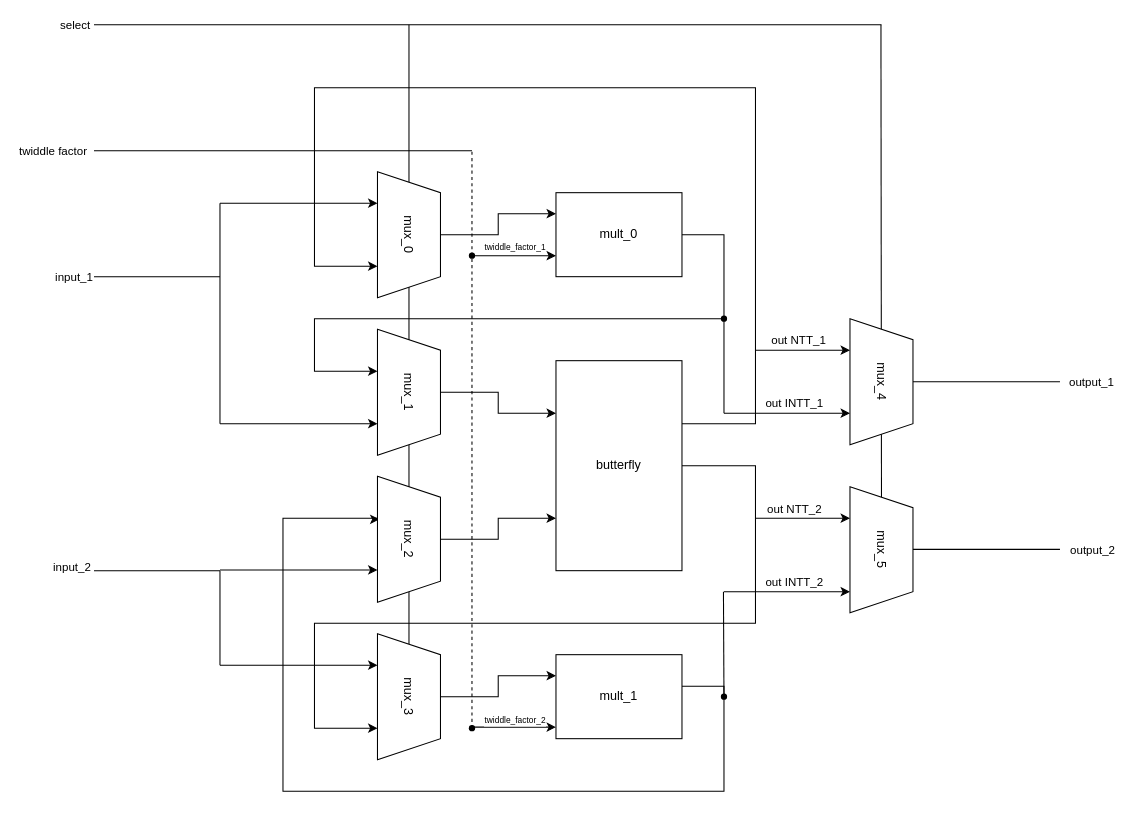
This is diagram/adder.drawio from Teffandi/NTT-Hardware, a draw.io file, before an edit. Source tidied: cells renumbered, new cells numbered last; positions are measured from the earlier drawing's top-left corner, leaving out a move shared by most shapes. Both pictures are drawn from the tidied source at 105%, with x=0, y=0 at pixel (72, 24).
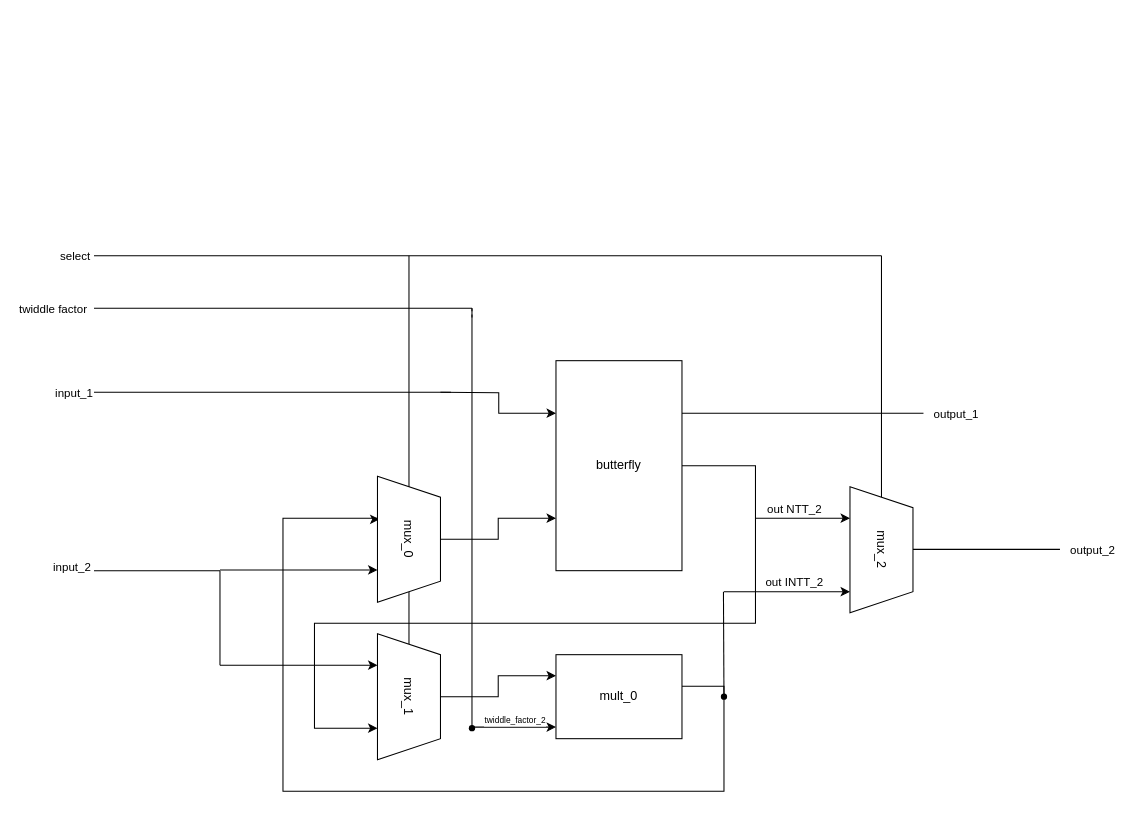
The same page after the edit.

Commit message (it also covers changes not shown here):
rehaul core structure

The change refers to these unchanged cells:
```xml
<mxCell id="9" value="butterfly" style="whiteSpace=wrap;html=1;" parent="1" vertex="1">
  <mxGeometry x="460" y="320" width="120" height="200" as="geometry" />
</mxCell>
<mxCell id="22" style="shape=waypoint;sketch=0;fillStyle=solid;size=6;points=[];fillColor=none;perimeter=centerPerimeter;snapToPoint=1;" parent="1" vertex="1">
  <mxGeometry x="370" y="660" width="20" height="20" as="geometry" />
</mxCell>
```

The edit, as a diff of the source:
```diff
@@
     <mxCell id="2" style="endArrow=none;html=1;rounded=0;exitX=0;exitY=0.5;exitDx=0;exitDy=0;" parent="1" edge="1" source="39">
       <mxGeometry relative="1" as="geometry">
-        <mxPoint x="769.5" as="targetPoint" />
+        <mxPoint x="770" y="220" as="targetPoint" />
       </mxGeometry>
     </mxCell>
     <mxCell id="3" style="endArrow=none;html=1;rounded=0;" parent="1" edge="1" source="17">
       <mxGeometry relative="1" as="geometry">
-        <mxPoint x="320" as="targetPoint" />
+        <mxPoint x="320" y="220" as="targetPoint" />
       </mxGeometry>
     </mxCell>
-    <mxCell id="4" value="mult_0" style="whiteSpace=wrap;html=1;" parent="1" vertex="1">
-      <mxGeometry x="460" y="160" width="120" height="80" as="geometry" />
-    </mxCell>
@@
-    <mxCell id="6" value="mult_1" style="whiteSpace=wrap;html=1;" parent="1" vertex="1">
+    <mxCell id="6" value="mult_0" style="whiteSpace=wrap;html=1;" parent="1" vertex="1">
       <mxGeometry x="460" y="600" width="120" height="80" as="geometry" />
     </mxCell>
-    <mxCell id="7" style="edgeStyle=orthogonalEdgeStyle;rounded=0;jettySize=auto;html=1;entryX=0.75;entryY=1;entryDx=0;entryDy=0;" parent="1" edge="1" source="9" target="11">
-      <mxGeometry relative="1" as="geometry">
-        <Array as="points">
-          <mxPoint x="650" y="380" />
-          <mxPoint x="650" y="60" />
-          <mxPoint x="230" y="60" />
-          <mxPoint x="230" y="230" />
-        </Array>
-      </mxGeometry>
-    </mxCell>
@@
-    <mxCell id="10" style="edgeStyle=orthogonalEdgeStyle;rounded=0;jettySize=auto;html=1;entryX=0;entryY=0.25;entryDx=0;entryDy=0;" parent="1" edge="1" source="11" target="4">
-      <mxGeometry relative="1" as="geometry" />
-    </mxCell>
-    <mxCell id="11" value="mux_0" style="shape=trapezoid;perimeter=trapezoidPerimeter;whiteSpace=wrap;html=1;fixedSize=1;rotation=90;" parent="1" vertex="1">
-      <mxGeometry x="260" y="170" width="120" height="60" as="geometry" />
-    </mxCell>
-    <mxCell id="12" style="edgeStyle=orthogonalEdgeStyle;rounded=0;jettySize=auto;html=1;entryX=0;entryY=0.25;entryDx=0;entryDy=0;" parent="1" edge="1" source="13" target="9">
-      <mxGeometry relative="1" as="geometry" />
+    <mxCell id="12" style="edgeStyle=orthogonalEdgeStyle;rounded=0;jettySize=auto;html=1;entryX=0;entryY=0.25;entryDx=0;entryDy=0;" parent="1" edge="1" target="9">
+      <mxGeometry relative="1" as="geometry">
+        <mxPoint x="350" y="350" as="sourcePoint" />
+      </mxGeometry>
     </mxCell>
-    <mxCell id="13" value="mux_1" style="shape=trapezoid;perimeter=trapezoidPerimeter;whiteSpace=wrap;html=1;fixedSize=1;rotation=90;" parent="1" vertex="1">
-      <mxGeometry x="260" y="320" width="120" height="60" as="geometry" />
-    </mxCell>
@@
-    <mxCell id="15" value="mux_2" style="shape=trapezoid;perimeter=trapezoidPerimeter;whiteSpace=wrap;html=1;fixedSize=1;rotation=90;" parent="1" vertex="1">
+    <mxCell id="15" value="mux_0" style="shape=trapezoid;perimeter=trapezoidPerimeter;whiteSpace=wrap;html=1;fixedSize=1;rotation=90;" parent="1" vertex="1">
       <mxGeometry x="260" y="460" width="120" height="60" as="geometry" />
     </mxCell>
@@
-    <mxCell id="17" value="mux_3" style="shape=trapezoid;perimeter=trapezoidPerimeter;whiteSpace=wrap;html=1;fixedSize=1;rotation=90;" parent="1" vertex="1">
+    <mxCell id="17" value="mux_1" style="shape=trapezoid;perimeter=trapezoidPerimeter;whiteSpace=wrap;html=1;fixedSize=1;rotation=90;" parent="1" vertex="1">
       <mxGeometry x="260" y="610" width="120" height="60" as="geometry" />
     </mxCell>
-    <mxCell id="18" style="edgeStyle=none;orthogonalLoop=1;jettySize=auto;html=1;rounded=0;" parent="1" edge="1">
-      <mxGeometry relative="1" as="geometry">
-        <mxPoint x="380" y="220" as="sourcePoint" />
-        <mxPoint x="460" y="220" as="targetPoint" />
-      </mxGeometry>
-    </mxCell>
@@
-    <mxCell id="20" style="endArrow=none;html=1;rounded=0;dashed=1;" parent="1" edge="1" source="24">
+    <mxCell id="20" style="endArrow=none;html=1;rounded=0;dashed=1;" parent="1" edge="1">
       <mxGeometry relative="1" as="geometry">
-        <mxPoint x="380" y="120" as="targetPoint" />
+        <mxPoint x="380" y="270" as="sourcePoint" />
+        <mxPoint x="380" y="280" as="targetPoint" />
       </mxGeometry>
     </mxCell>
@@
-    <mxCell id="23" style="endArrow=none;html=1;rounded=0;dashed=1;" parent="1" edge="1" source="22" target="24">
-      <mxGeometry relative="1" as="geometry" />
+    <mxCell id="23" style="endArrow=none;html=1;rounded=0;" parent="1" edge="1" source="22">
+      <mxGeometry relative="1" as="geometry">
+        <mxPoint x="380" y="270" as="targetPoint" />
+      </mxGeometry>
     </mxCell>
-    <mxCell id="24" style="shape=waypoint;sketch=0;fillStyle=solid;size=6;points=[];fillColor=none;perimeter=centerPerimeter;snapToPoint=1;" parent="1" vertex="1">
-      <mxGeometry x="370" y="210" width="20" height="20" as="geometry" />
-    </mxCell>
-    <mxCell id="25" style="endArrow=classic;html=1;rounded=0;" parent="1" edge="1">
-      <mxGeometry relative="1" as="geometry">
-        <mxPoint x="140" y="170" as="sourcePoint" />
-        <mxPoint x="290" y="170" as="targetPoint" />
-      </mxGeometry>
-    </mxCell>
-    <mxCell id="26" style="endArrow=classic;html=1;rounded=0;" parent="1" edge="1">
-      <mxGeometry relative="1" as="geometry">
-        <mxPoint x="140" y="380.1" as="sourcePoint" />
-        <mxPoint x="290" y="380" as="targetPoint" />
-      </mxGeometry>
-    </mxCell>
@@
-    <mxCell id="29" style="edgeStyle=orthogonalEdgeStyle;rounded=0;jettySize=auto;html=1;" parent="1" edge="1" source="4">
-      <mxGeometry relative="1" as="geometry">
-        <mxPoint x="290" y="330" as="targetPoint" />
-        <Array as="points">
-          <mxPoint x="620" y="200" />
-          <mxPoint x="620" y="280" />
-          <mxPoint x="230" y="280" />
-          <mxPoint x="230" y="330" />
-          <mxPoint x="290" y="330" />
-        </Array>
-      </mxGeometry>
-    </mxCell>
-    <mxCell id="30" style="endArrow=none;html=1;rounded=0;" parent="1" edge="1">
-      <mxGeometry relative="1" as="geometry">
-        <mxPoint x="140" y="380" as="sourcePoint" />
-        <mxPoint x="140" y="170" as="targetPoint" />
-      </mxGeometry>
-    </mxCell>
@@
     <mxCell id="33" style="endArrow=none;html=1;rounded=0;" parent="1" edge="1">
       <mxGeometry relative="1" as="geometry">
-        <mxPoint x="20" y="240" as="sourcePoint" />
-        <mxPoint x="140" y="240" as="targetPoint" />
+        <mxPoint x="20" y="350" as="sourcePoint" />
+        <mxPoint x="360" y="350" as="targetPoint" />
       </mxGeometry>
     </mxCell>
     <mxCell id="34" style="endArrow=none;html=1;rounded=0;" parent="1" edge="1">
       <mxGeometry relative="1" as="geometry">
-        <mxPoint x="20" y="120" as="sourcePoint" />
-        <mxPoint x="380" y="120" as="targetPoint" />
+        <mxPoint x="20" y="270" as="sourcePoint" />
+        <mxPoint x="380" y="270" as="targetPoint" />
       </mxGeometry>
     </mxCell>
-    <mxCell id="35" value="&lt;font style=&quot;font-size: 8px;&quot;&gt;twiddle_factor_1&lt;/font&gt;" style="edgeLabel;html=1;align=center;verticalAlign=middle;" parent="34" vertex="1">
-      <mxGeometry x="-0.89" y="-1" relative="1" as="geometry">
-        <mxPoint x="380" y="89" as="offset" />
-      </mxGeometry>
-    </mxCell>
@@
-    <mxCell id="38" value="mux_4" style="shape=trapezoid;perimeter=trapezoidPerimeter;whiteSpace=wrap;html=1;fixedSize=1;rotation=90;" parent="1" vertex="1">
-      <mxGeometry x="710" y="310" width="120" height="60" as="geometry" />
-    </mxCell>
-    <mxCell id="39" value="mux_5" style="shape=trapezoid;perimeter=trapezoidPerimeter;whiteSpace=wrap;html=1;fixedSize=1;rotation=90;" parent="1" vertex="1">
+    <mxCell id="39" value="mux_2" style="shape=trapezoid;perimeter=trapezoidPerimeter;whiteSpace=wrap;html=1;fixedSize=1;rotation=90;" parent="1" vertex="1">
       <mxGeometry x="710" y="470" width="120" height="60" as="geometry" />
     </mxCell>
-    <mxCell id="40" style="endArrow=classic;html=1;rounded=0;entryX=0.25;entryY=1;entryDx=0;entryDy=0;" parent="1" edge="1" target="38">
-      <mxGeometry relative="1" as="geometry">
-        <mxPoint x="650" y="310" as="sourcePoint" />
-        <Array as="points">
-          <mxPoint x="710" y="310" />
-        </Array>
-      </mxGeometry>
-    </mxCell>
-    <mxCell id="41" value="out NTT_1" style="edgeLabel;html=1;align=center;verticalAlign=middle;" parent="40" vertex="1">
-      <mxGeometry x="-0.43" y="3" relative="1" as="geometry">
-        <mxPoint x="14" y="-7" as="offset" />
-      </mxGeometry>
-    </mxCell>
@@
     <mxCell id="44" value="input_1" style="edgeLabel;html=1;align=center;verticalAlign=middle;" parent="1" vertex="1">
-      <mxGeometry y="240" as="geometry" />
+      <mxGeometry y="350" as="geometry" />
     </mxCell>
@@
-    <mxCell id="46" style="endArrow=classic;html=1;rounded=0;entryX=0.75;entryY=1;entryDx=0;entryDy=0;" parent="1" edge="1" target="38">
-      <mxGeometry relative="1" as="geometry">
-        <mxPoint x="620" y="370" as="sourcePoint" />
-      </mxGeometry>
-    </mxCell>
-    <mxCell id="47" style="endArrow=none;html=1;rounded=0;" parent="1" edge="1" source="49">
+    <mxCell id="47" style="endArrow=none;html=1;rounded=0;" parent="1" edge="1">
       <mxGeometry relative="1" as="geometry">
+        <mxPoint x="620" y="280" as="sourcePoint" />
         <mxPoint x="620" y="280" as="targetPoint" />
       </mxGeometry>
     </mxCell>
-    <mxCell id="48" style="endArrow=none;html=1;rounded=0;" parent="1" edge="1" target="49">
-      <mxGeometry relative="1" as="geometry">
-        <mxPoint x="620" y="370" as="sourcePoint" />
-      </mxGeometry>
-    </mxCell>
-    <mxCell id="49" style="shape=waypoint;sketch=0;fillStyle=solid;size=6;points=[];fillColor=none;perimeter=centerPerimeter;snapToPoint=1;" parent="1" vertex="1">
-      <mxGeometry x="610" y="270" width="20" height="20" as="geometry" />
-    </mxCell>
@@
     <mxCell id="54" style="endArrow=none;html=1;rounded=0;" parent="1" edge="1">
       <mxGeometry relative="1" as="geometry">
-        <mxPoint x="20" as="sourcePoint" />
-        <mxPoint x="770" as="targetPoint" />
+        <mxPoint x="20" y="220" as="sourcePoint" />
+        <mxPoint x="770" y="220" as="targetPoint" />
       </mxGeometry>
     </mxCell>
@@
     <mxCell id="56" style="endArrow=none;html=1;rounded=0;" parent="1" edge="1">
       <mxGeometry relative="1" as="geometry">
-        <mxPoint x="800" y="340" as="sourcePoint" />
-        <mxPoint x="940" y="340" as="targetPoint" />
+        <mxPoint x="580" y="370" as="sourcePoint" />
+        <mxPoint x="810" y="370" as="targetPoint" />
       </mxGeometry>
     </mxCell>
     <mxCell id="57" value="output_1" style="edgeLabel;html=1;align=center;verticalAlign=middle;" parent="56" vertex="1">
       <mxGeometry x="0.66" y="2" relative="1" as="geometry">
-        <mxPoint x="53" y="2" as="offset" />
+        <mxPoint x="69" y="2" as="offset" />
       </mxGeometry>
     </mxCell>
@@
-    <mxCell id="60" value="out INTT_1" style="edgeLabel;html=1;align=center;verticalAlign=middle;" parent="1" vertex="1">
-      <mxGeometry x="690" y="363" as="geometry">
-        <mxPoint x="-4" y="-3" as="offset" />
-      </mxGeometry>
-    </mxCell>
```
